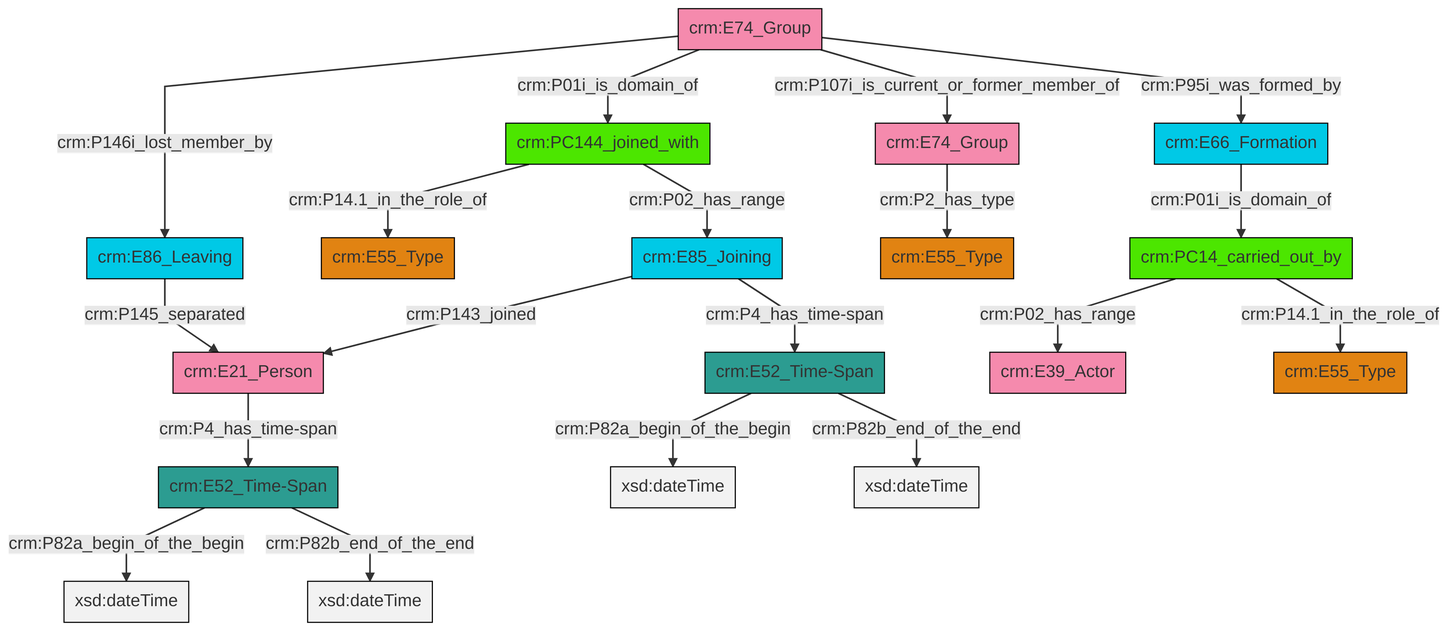
swiss-art-research-net/docs.swissartresearch keeps this Mermaid diagram as et/groupCSV/ttl/mmd/png/group_actor_relations.png. Above is the earlier version. Its source is kept beside it as et/groupCSV/ttl/mmd/group_actor_relations.ttl.mmd.
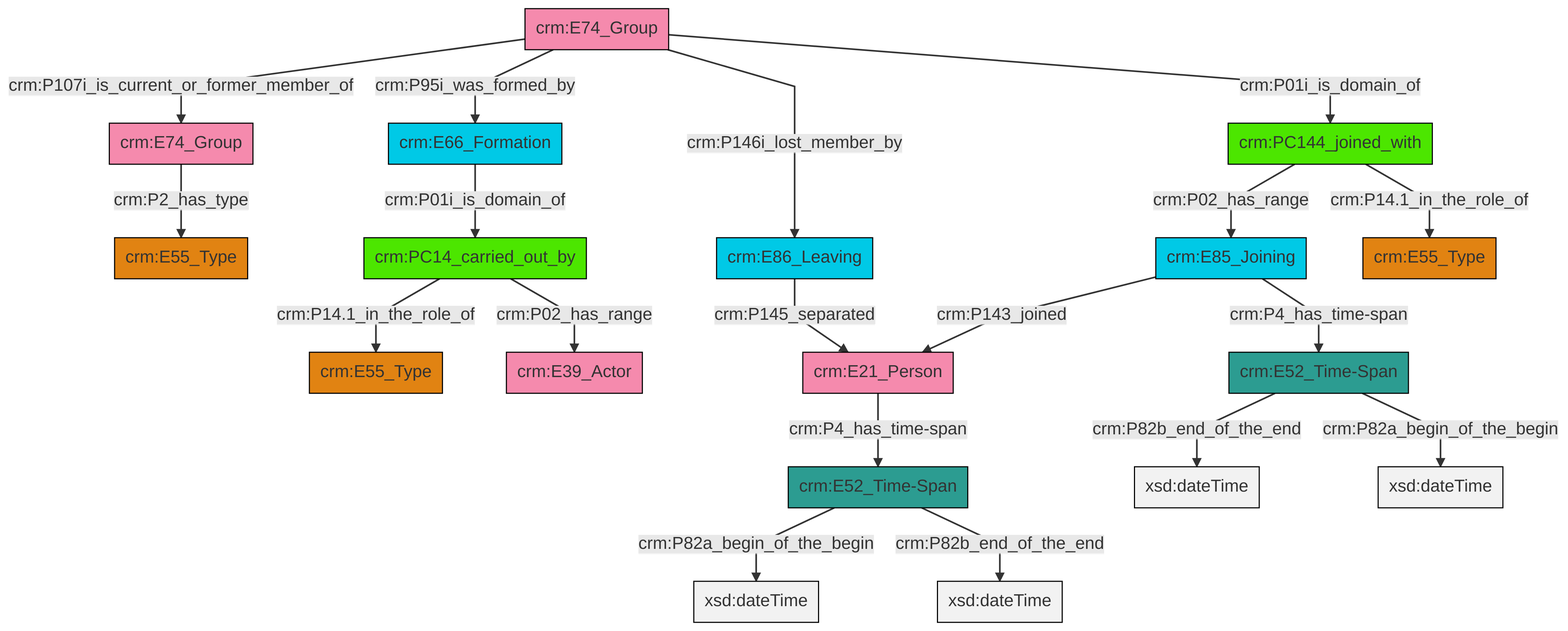
The same diagram one commit later.

What changed in the source:
```diff
@@ -14,20 +14,20 @@
 classDef Multi fill:#cccccc,stroke:#000000;
 
 2["crm:E52_Time-Span"]:::Time-Span -->|crm:P82a_begin_of_the_begin| 3[xsd:dateTime]:::Literal
-4["crm:PC14_carried_out_by"]:::PC_Classes -->|crm:P02_has_range| 5["crm:E39_Actor"]:::Actor
-6["crm:E74_Group"]:::Actor -->|crm:P146i_lost_member_by| 7["crm:E86_Leaving"]:::Temporal_Entity
-8["crm:E85_Joining"]:::Temporal_Entity -->|crm:P143_joined| 9["crm:E21_Person"]:::Actor
-10["crm:E52_Time-Span"]:::Time-Span -->|crm:P82a_begin_of_the_begin| 11[xsd:dateTime]:::Literal
-2["crm:E52_Time-Span"]:::Time-Span -->|crm:P82b_end_of_the_end| 21[xsd:dateTime]:::Literal
-15["crm:E66_Formation"]:::Temporal_Entity -->|crm:P01i_is_domain_of| 4["crm:PC14_carried_out_by"]:::PC_Classes
-6["crm:E74_Group"]:::Actor -->|crm:P01i_is_domain_of| 18["crm:PC144_joined_with"]:::PC_Classes
-22["crm:E74_Group"]:::Actor -->|crm:P2_has_type| 23["crm:E55_Type"]:::Type
-4["crm:PC14_carried_out_by"]:::PC_Classes -->|crm:P14.1_in_the_role_of| 0["crm:E55_Type"]:::Type
-6["crm:E74_Group"]:::Actor -->|crm:P107i_is_current_or_former_member_of| 22["crm:E74_Group"]:::Actor
-10["crm:E52_Time-Span"]:::Time-Span -->|crm:P82b_end_of_the_end| 25[xsd:dateTime]:::Literal
-9["crm:E21_Person"]:::Actor -->|crm:P4_has_time-span| 10["crm:E52_Time-Span"]:::Time-Span
-18["crm:PC144_joined_with"]:::PC_Classes -->|crm:P14.1_in_the_role_of| 12["crm:E55_Type"]:::Type
-7["crm:E86_Leaving"]:::Temporal_Entity -->|crm:P145_separated| 9["crm:E21_Person"]:::Actor
-6["crm:E74_Group"]:::Actor -->|crm:P95i_was_formed_by| 15["crm:E66_Formation"]:::Temporal_Entity
-8["crm:E85_Joining"]:::Temporal_Entity -->|crm:P4_has_time-span| 2["crm:E52_Time-Span"]:::Time-Span
-18["crm:PC144_joined_with"]:::PC_Classes -->|crm:P02_has_range| 8["crm:E85_Joining"]:::Temporal_Entity
+2["crm:E52_Time-Span"]:::Time-Span -->|crm:P82b_end_of_the_end| 5[xsd:dateTime]:::Literal
+10["crm:E74_Group"]:::Actor -->|crm:P95i_was_formed_by| 11["crm:E66_Formation"]:::Temporal_Entity
+14["crm:PC14_carried_out_by"]:::PC_Classes -->|crm:P02_has_range| 6["crm:E39_Actor"]:::Actor
+16["crm:E74_Group"]:::Actor -->|crm:P2_has_type| 8["crm:E55_Type"]:::Type
+21["crm:E52_Time-Span"]:::Time-Span -->|crm:P82b_end_of_the_end| 25[xsd:dateTime]:::Literal
+10["crm:E74_Group"]:::Actor -->|crm:P146i_lost_member_by| 19["crm:E86_Leaving"]:::Temporal_Entity
+21["crm:E52_Time-Span"]:::Time-Span -->|crm:P82a_begin_of_the_begin| 29[xsd:dateTime]:::Literal
+19["crm:E86_Leaving"]:::Temporal_Entity -->|crm:P145_separated| 23["crm:E21_Person"]:::Actor
+10["crm:E74_Group"]:::Actor -->|crm:P107i_is_current_or_former_member_of| 16["crm:E74_Group"]:::Actor
+12["crm:E85_Joining"]:::Temporal_Entity -->|crm:P143_joined| 23["crm:E21_Person"]:::Actor
+10["crm:E74_Group"]:::Actor -->|crm:P01i_is_domain_of| 17["crm:PC144_joined_with"]:::PC_Classes
+12["crm:E85_Joining"]:::Temporal_Entity -->|crm:P4_has_time-span| 21["crm:E52_Time-Span"]:::Time-Span
+11["crm:E66_Formation"]:::Temporal_Entity -->|crm:P01i_is_domain_of| 14["crm:PC14_carried_out_by"]:::PC_Classes
+23["crm:E21_Person"]:::Actor -->|crm:P4_has_time-span| 2["crm:E52_Time-Span"]:::Time-Span
+17["crm:PC144_joined_with"]:::PC_Classes -->|crm:P14.1_in_the_role_of| 30["crm:E55_Type"]:::Type
+17["crm:PC144_joined_with"]:::PC_Classes -->|crm:P02_has_range| 12["crm:E85_Joining"]:::Temporal_Entity
+14["crm:PC14_carried_out_by"]:::PC_Classes -->|crm:P14.1_in_the_role_of| 0["crm:E55_Type"]:::Type
```
